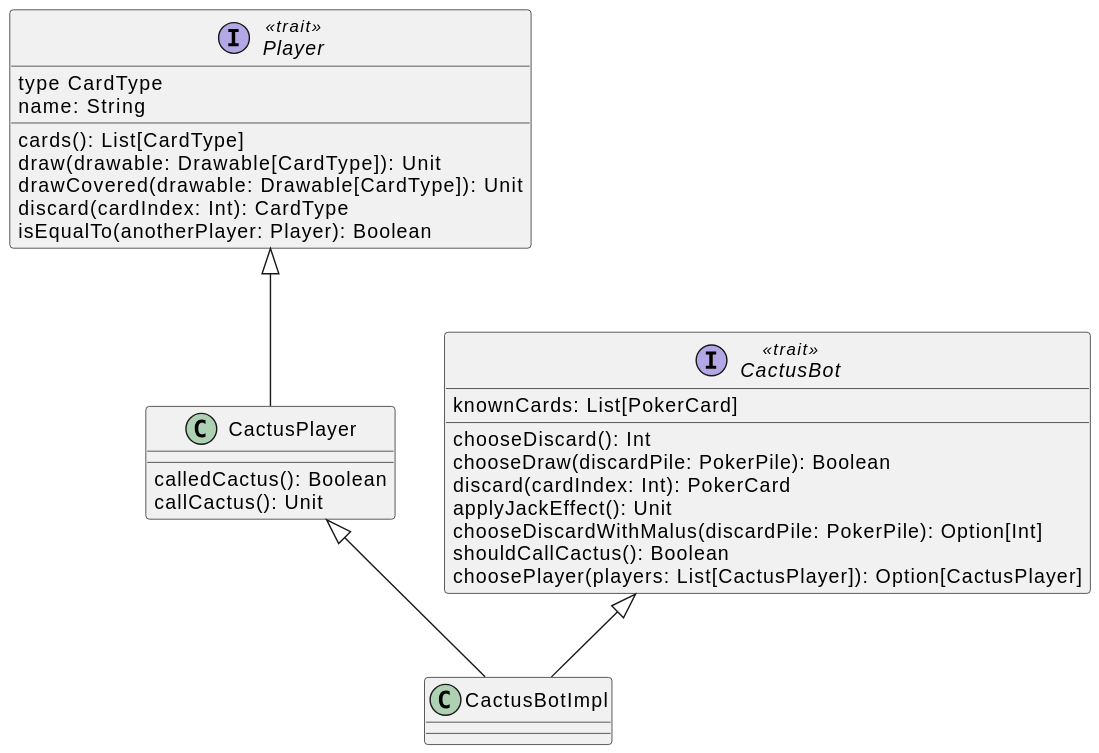
The PlantUML diagram docs/5-detailed-design/bot-player-uml.svg in EmanueleArte/PPS-23-cactus, before a commit. Its diagram source:
```plantuml
@startuml
interface Player <<trait>> {
  type CardType
  name: String
  cards(): List[CardType]
  draw(drawable: Drawable[CardType]): Unit
  drawCovered(drawable: Drawable[CardType]): Unit
  discard(cardIndex: Int): CardType
  isEqualTo(anotherPlayer: Player): Boolean
}

class CactusPlayer {
  calledCactus(): Boolean
  callCactus(): Unit
}

interface CactusBot <<trait>> {
  knownCards: List[PokerCard]
  chooseDiscard(): Int
  chooseDraw(discardPile: PokerPile): Boolean
  discard(cardIndex: Int): PokerCard
  applyJackEffect(): Unit
  chooseDiscardWithMalus(discardPile: PokerPile): Option[Int]
  shouldCallCactus(): Boolean
  choosePlayer(players: List[CactusPlayer]): Option[CactusPlayer]
}

class CactusBotImpl {

}

CactusBot <|-- CactusBotImpl
CactusPlayer <|-- CactusBotImpl
Player <|-- CactusPlayer
@enduml
```
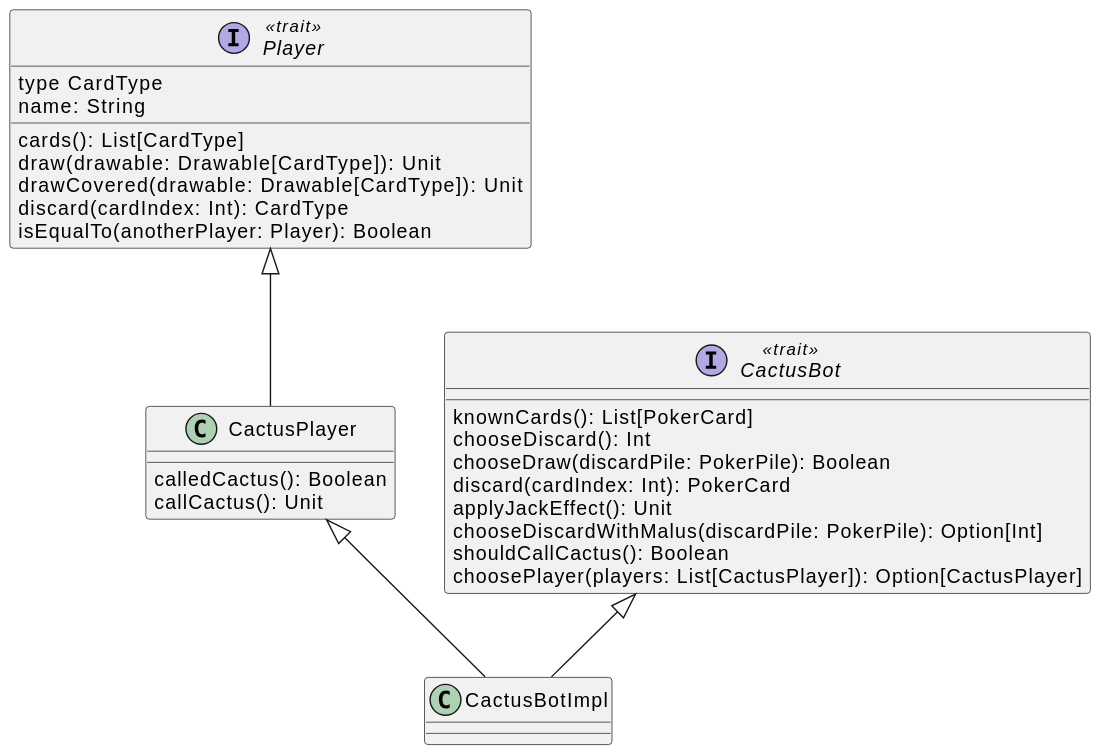
Above is the later version.

Commit message:
Little fix in bot player uml

Diff of the diagram source:
```diff
@@ -15,7 +15,7 @@
 }
 
 interface CactusBot <<trait>> {
-  knownCards: List[PokerCard]
+  knownCards(): List[PokerCard]
   chooseDiscard(): Int
   chooseDraw(discardPile: PokerPile): Boolean
   discard(cardIndex: Int): PokerCard
```
